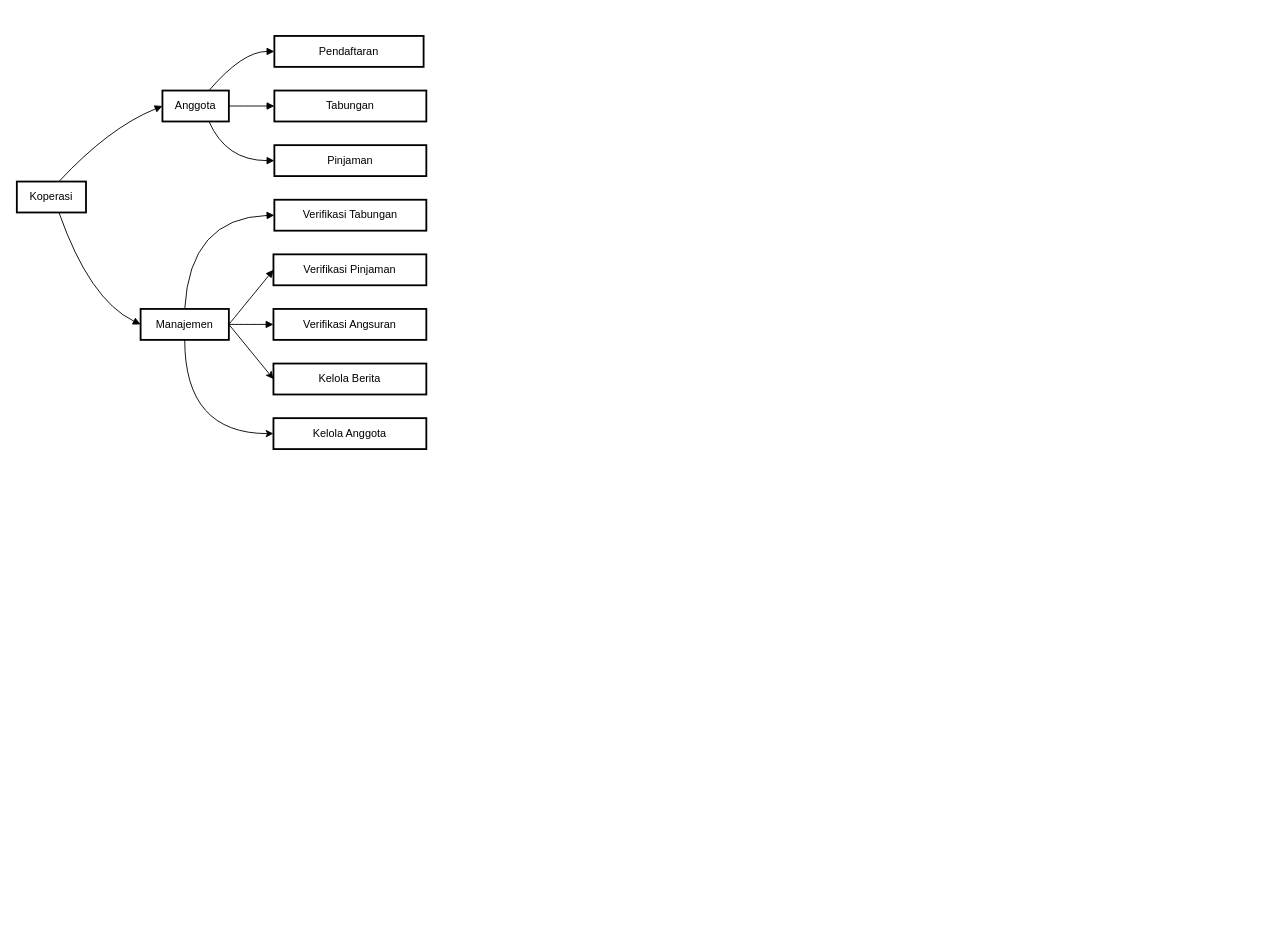
Above: Untitled Diagram.drawio in kusmadi/flowchart (draw.io), before the change. Source tidied: cells renumbered, new cells numbered last; positions are measured from the earlier drawing's top-left corner, leaving out a move shared by most shapes. Both pictures are drawn from the tidied source at 91%, with x=0, y=0 at pixel (16, 35).
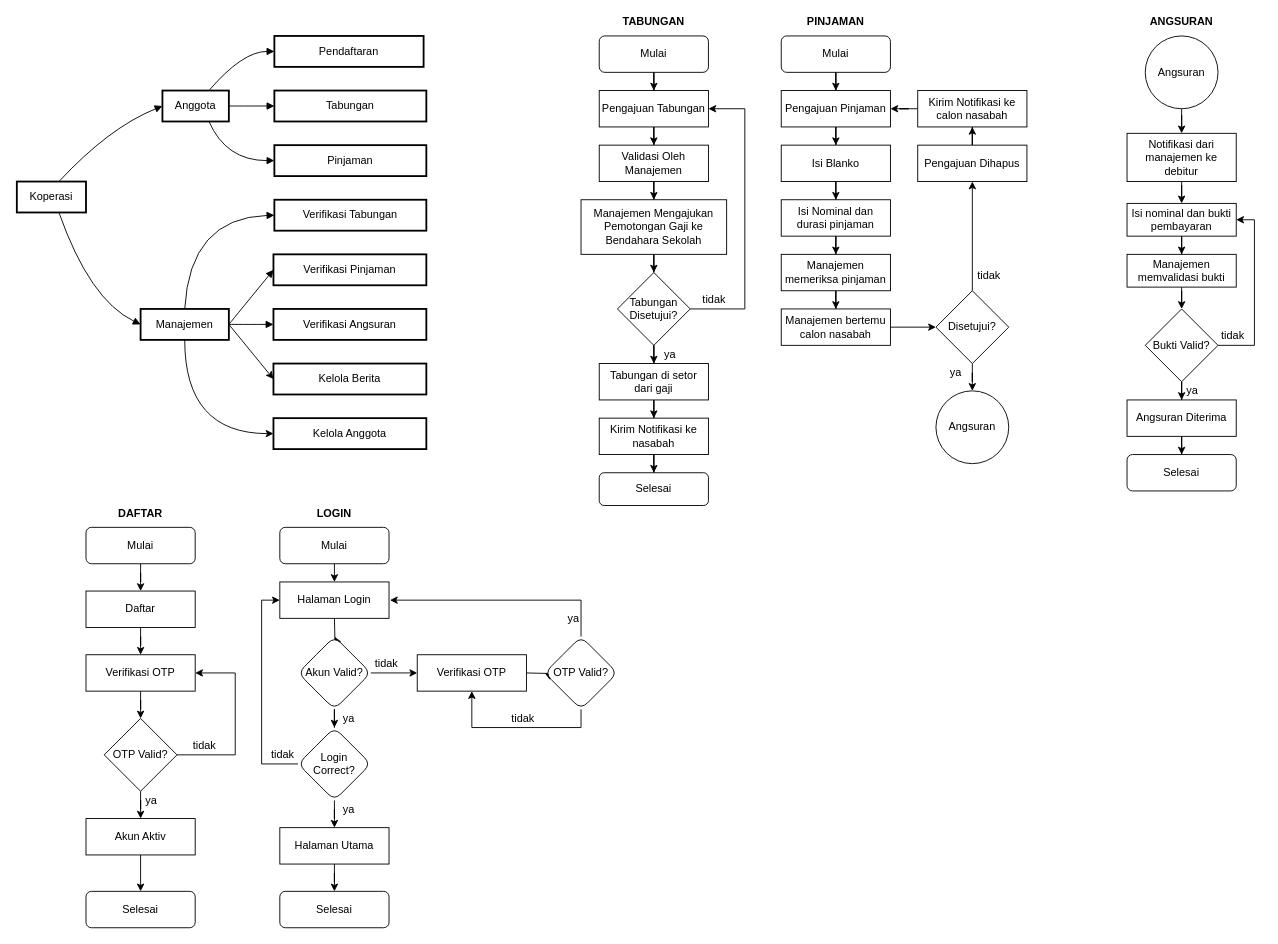
After the change.

Change to the diagram source:
```diff
@@
+    <mxCell id="23" style="edgeStyle=orthogonalEdgeStyle;rounded=0;jettySize=auto;html=1;" parent="1" edge="1" source="24" target="26">
+      <mxGeometry relative="1" as="geometry" />
+    </mxCell>
+    <mxCell id="24" value="Mulai" style="rounded=1;whiteSpace=wrap;html=1;" parent="1" vertex="1">
+      <mxGeometry x="76" y="540" width="120" height="40" as="geometry" />
+    </mxCell>
+    <mxCell id="25" style="edgeStyle=orthogonalEdgeStyle;rounded=0;jettySize=auto;html=1;" parent="1" edge="1" source="26" target="28">
+      <mxGeometry relative="1" as="geometry" />
+    </mxCell>
+    <mxCell id="26" value="Daftar" style="rounded=0;whiteSpace=wrap;html=1;" parent="1" vertex="1">
+      <mxGeometry x="76" y="610" width="120" height="40" as="geometry" />
+    </mxCell>
+    <mxCell id="27" style="edgeStyle=orthogonalEdgeStyle;rounded=0;jettySize=auto;html=1;" parent="1" edge="1" source="28" target="31">
+      <mxGeometry relative="1" as="geometry" />
+    </mxCell>
+    <mxCell id="28" value="Verifikasi OTP" style="rounded=0;whiteSpace=wrap;html=1;" parent="1" vertex="1">
+      <mxGeometry x="76" y="680" width="120" height="40" as="geometry" />
+    </mxCell>
+    <mxCell id="29" style="edgeStyle=orthogonalEdgeStyle;rounded=0;jettySize=auto;html=1;" parent="1" edge="1" source="31" target="33">
+      <mxGeometry relative="1" as="geometry" />
+    </mxCell>
+    <mxCell id="30" style="edgeStyle=orthogonalEdgeStyle;rounded=0;jettySize=auto;html=1;entryX=1;entryY=0.5;entryDx=0;entryDy=0;" parent="1" edge="1" source="31" target="28">
+      <mxGeometry relative="1" as="geometry">
+        <Array as="points">
+          <mxPoint x="240" y="790" />
+          <mxPoint x="240" y="700" />
+        </Array>
+      </mxGeometry>
+    </mxCell>
+    <mxCell id="31" value="OTP Valid?" style="rhombus;whiteSpace=wrap;html=1;rounded=0;" parent="1" vertex="1">
+      <mxGeometry x="96" y="750" width="80" height="80" as="geometry" />
+    </mxCell>
+    <mxCell id="32" style="edgeStyle=orthogonalEdgeStyle;rounded=0;jettySize=auto;html=1;" parent="1" edge="1" source="33" target="34">
+      <mxGeometry relative="1" as="geometry" />
+    </mxCell>
+    <mxCell id="33" value="Akun Aktiv" style="whiteSpace=wrap;html=1;rounded=0;" parent="1" vertex="1">
+      <mxGeometry x="76" y="860" width="120" height="40" as="geometry" />
+    </mxCell>
+    <mxCell id="34" value="Selesai" style="rounded=1;whiteSpace=wrap;html=1;" parent="1" vertex="1">
+      <mxGeometry x="76" y="940" width="120" height="40" as="geometry" />
+    </mxCell>
+    <mxCell id="35" value="tidak" style="text;html=1;strokeColor=none;fillColor=none;align=center;verticalAlign=middle;whiteSpace=wrap;rounded=0;" parent="1" vertex="1">
+      <mxGeometry x="180" y="770" width="53" height="20" as="geometry" />
+    </mxCell>
+    <mxCell id="36" value="ya" style="text;html=1;strokeColor=none;fillColor=none;align=center;verticalAlign=middle;whiteSpace=wrap;rounded=0;" parent="1" vertex="1">
+      <mxGeometry x="136" y="830" width="24" height="20" as="geometry" />
+    </mxCell>
+    <mxCell id="37" style="edgeStyle=orthogonalEdgeStyle;rounded=0;jettySize=auto;html=1;" parent="1" edge="1" source="38">
+      <mxGeometry relative="1" as="geometry">
+        <mxPoint x="349" y="600" as="targetPoint" />
+      </mxGeometry>
+    </mxCell>
+    <mxCell id="38" value="Mulai" style="rounded=1;whiteSpace=wrap;html=1;" parent="1" vertex="1">
+      <mxGeometry x="289" y="540" width="120" height="40" as="geometry" />
+    </mxCell>
+    <mxCell id="39" value="DAFTAR" style="text;html=1;strokeColor=none;fillColor=none;align=center;verticalAlign=middle;whiteSpace=wrap;rounded=0;fontStyle=1;" parent="1" vertex="1">
+      <mxGeometry x="79" y="510" width="114" height="30" as="geometry" />
+    </mxCell>
+    <mxCell id="40" value="LOGIN" style="text;html=1;strokeColor=none;fillColor=none;align=center;verticalAlign=middle;whiteSpace=wrap;rounded=0;fontStyle=1;" parent="1" vertex="1">
+      <mxGeometry x="294" y="510" width="110" height="30" as="geometry" />
+    </mxCell>
+    <mxCell id="41" style="edgeStyle=orthogonalEdgeStyle;rounded=0;jettySize=auto;html=1;" parent="1" edge="1" target="44">
+      <mxGeometry relative="1" as="geometry">
+        <mxPoint x="349" y="640" as="sourcePoint" />
+      </mxGeometry>
+    </mxCell>
+    <mxCell id="42" style="edgeStyle=orthogonalEdgeStyle;rounded=0;jettySize=auto;html=1;" parent="1" edge="1" source="44" target="47">
+      <mxGeometry relative="1" as="geometry" />
+    </mxCell>
+    <mxCell id="43" style="edgeStyle=orthogonalEdgeStyle;rounded=0;jettySize=auto;html=1;" parent="1" edge="1" source="44">
+      <mxGeometry relative="1" as="geometry">
+        <mxPoint x="440" y="700" as="targetPoint" />
+      </mxGeometry>
+    </mxCell>
+    <mxCell id="44" value="Akun Valid?" style="rhombus;whiteSpace=wrap;html=1;rounded=1;" parent="1" vertex="1">
+      <mxGeometry x="309" y="660" width="80" height="80" as="geometry" />
+    </mxCell>
+    <mxCell id="45" style="edgeStyle=orthogonalEdgeStyle;rounded=0;jettySize=auto;html=1;" parent="1" edge="1" source="47" target="59">
+      <mxGeometry relative="1" as="geometry" />
+    </mxCell>
+    <mxCell id="46" style="edgeStyle=orthogonalEdgeStyle;rounded=0;jettySize=auto;html=1;entryX=0;entryY=0.5;entryDx=0;entryDy=0;exitX=0;exitY=0.5;exitDx=0;exitDy=0;" parent="1" edge="1" source="47" target="56">
+      <mxGeometry relative="1" as="geometry" />
+    </mxCell>
+    <mxCell id="47" value="Login Correct?" style="rhombus;whiteSpace=wrap;html=1;rounded=1;" parent="1" vertex="1">
+      <mxGeometry x="309" y="760" width="80" height="80" as="geometry" />
+    </mxCell>
+    <mxCell id="48" style="edgeStyle=orthogonalEdgeStyle;rounded=0;jettySize=auto;html=1;" parent="1" edge="1" target="51">
+      <mxGeometry relative="1" as="geometry">
+        <mxPoint x="560" y="700" as="sourcePoint" />
+      </mxGeometry>
+    </mxCell>
+    <mxCell id="49" style="edgeStyle=orthogonalEdgeStyle;rounded=0;jettySize=auto;html=1;" parent="1" edge="1" source="51">
+      <mxGeometry relative="1" as="geometry">
+        <mxPoint x="410" y="620" as="targetPoint" />
+        <Array as="points">
+          <mxPoint x="620" y="620" />
+        </Array>
+      </mxGeometry>
+    </mxCell>
+    <mxCell id="50" style="edgeStyle=orthogonalEdgeStyle;rounded=0;jettySize=auto;html=1;entryX=0.5;entryY=1;entryDx=0;entryDy=0;" parent="1" edge="1" source="51">
+      <mxGeometry relative="1" as="geometry">
+        <mxPoint x="500" y="720" as="targetPoint" />
+        <Array as="points">
+          <mxPoint x="620" y="760" />
+          <mxPoint x="500" y="760" />
+        </Array>
+      </mxGeometry>
+    </mxCell>
+    <mxCell id="51" value="OTP Valid?" style="rhombus;whiteSpace=wrap;html=1;rounded=1;" parent="1" vertex="1">
+      <mxGeometry x="580" y="660" width="80" height="80" as="geometry" />
+    </mxCell>
+    <mxCell id="52" value="tidak" style="text;html=1;strokeColor=none;fillColor=none;align=center;verticalAlign=middle;whiteSpace=wrap;rounded=0;" parent="1" vertex="1">
+      <mxGeometry x="530" y="740" width="53" height="20" as="geometry" />
+    </mxCell>
+    <mxCell id="53" value="tidak" style="text;html=1;strokeColor=none;fillColor=none;align=center;verticalAlign=middle;whiteSpace=wrap;rounded=0;" parent="1" vertex="1">
+      <mxGeometry x="380" y="680" width="53" height="20" as="geometry" />
+    </mxCell>
+    <mxCell id="54" value="ya" style="text;html=1;strokeColor=none;fillColor=none;align=center;verticalAlign=middle;whiteSpace=wrap;rounded=0;" parent="1" vertex="1">
+      <mxGeometry x="600" y="630" width="24" height="20" as="geometry" />
+    </mxCell>
+    <mxCell id="55" value="ya" style="text;html=1;strokeColor=none;fillColor=none;align=center;verticalAlign=middle;whiteSpace=wrap;rounded=0;" parent="1" vertex="1">
+      <mxGeometry x="353" y="740" width="24" height="20" as="geometry" />
+    </mxCell>
+    <mxCell id="56" value="Halaman Login" style="rounded=0;whiteSpace=wrap;html=1;" parent="1" vertex="1">
+      <mxGeometry x="289" y="600" width="120" height="40" as="geometry" />
+    </mxCell>
+    <mxCell id="57" value="Verifikasi OTP" style="rounded=0;whiteSpace=wrap;html=1;" parent="1" vertex="1">
+      <mxGeometry x="440" y="680" width="120" height="40" as="geometry" />
+    </mxCell>
+    <mxCell id="58" style="edgeStyle=orthogonalEdgeStyle;rounded=0;jettySize=auto;html=1;" parent="1" edge="1" source="59" target="62">
+      <mxGeometry relative="1" as="geometry" />
+    </mxCell>
+    <mxCell id="59" value="Halaman Utama" style="rounded=0;whiteSpace=wrap;html=1;" parent="1" vertex="1">
+      <mxGeometry x="289" y="870" width="120" height="40" as="geometry" />
+    </mxCell>
+    <mxCell id="60" value="ya" style="text;html=1;strokeColor=none;fillColor=none;align=center;verticalAlign=middle;whiteSpace=wrap;rounded=0;" parent="1" vertex="1">
+      <mxGeometry x="353" y="840" width="24" height="20" as="geometry" />
+    </mxCell>
+    <mxCell id="61" value="tidak" style="text;html=1;strokeColor=none;fillColor=none;align=center;verticalAlign=middle;whiteSpace=wrap;rounded=0;" parent="1" vertex="1">
+      <mxGeometry x="276" y="780" width="33" height="20" as="geometry" />
+    </mxCell>
+    <mxCell id="62" value="Selesai" style="rounded=1;whiteSpace=wrap;html=1;" parent="1" vertex="1">
+      <mxGeometry x="289" y="940" width="120" height="40" as="geometry" />
+    </mxCell>
+    <mxCell id="63" style="edgeStyle=orthogonalEdgeStyle;rounded=0;jettySize=auto;html=1;entryX=0.5;entryY=0;entryDx=0;entryDy=0;" parent="1" edge="1" source="64" target="67">
+      <mxGeometry relative="1" as="geometry" />
+    </mxCell>
+    <mxCell id="64" value="Mulai" style="rounded=1;whiteSpace=wrap;html=1;" parent="1" vertex="1">
+      <mxGeometry x="640" width="120" height="40" as="geometry" />
+    </mxCell>
+    <mxCell id="65" value="&lt;b&gt;TABUNGAN&lt;/b&gt;" style="text;html=1;strokeColor=none;fillColor=none;align=center;verticalAlign=middle;whiteSpace=wrap;rounded=0;" parent="1" vertex="1">
+      <mxGeometry x="670" y="-20" width="60" height="10" as="geometry" />
+    </mxCell>
+    <mxCell id="66" style="edgeStyle=orthogonalEdgeStyle;rounded=0;jettySize=auto;html=1;" parent="1" edge="1" source="67" target="69">
+      <mxGeometry relative="1" as="geometry" />
+    </mxCell>
+    <mxCell id="67" value="Pengajuan Tabungan" style="rounded=0;whiteSpace=wrap;html=1;" parent="1" vertex="1">
+      <mxGeometry x="640" y="60" width="120" height="40" as="geometry" />
+    </mxCell>
+    <mxCell id="68" style="edgeStyle=orthogonalEdgeStyle;rounded=0;jettySize=auto;html=1;" parent="1" edge="1" source="69" target="71">
+      <mxGeometry relative="1" as="geometry" />
+    </mxCell>
+    <mxCell id="69" value="Validasi Oleh&lt;br&gt;Manajemen" style="rounded=0;whiteSpace=wrap;html=1;" parent="1" vertex="1">
+      <mxGeometry x="640" y="120" width="120" height="40" as="geometry" />
+    </mxCell>
+    <mxCell id="70" style="edgeStyle=orthogonalEdgeStyle;rounded=0;jettySize=auto;html=1;" parent="1" edge="1" source="71" target="74">
+      <mxGeometry relative="1" as="geometry" />
+    </mxCell>
+    <mxCell id="71" value="Manajemen Mengajukan Pemotongan Gaji ke Bendahara Sekolah" style="rounded=0;whiteSpace=wrap;html=1;" parent="1" vertex="1">
+      <mxGeometry x="620" y="180" width="160" height="60" as="geometry" />
+    </mxCell>
+    <mxCell id="72" style="edgeStyle=orthogonalEdgeStyle;rounded=0;jettySize=auto;html=1;entryX=1;entryY=0.5;entryDx=0;entryDy=0;" parent="1" edge="1" source="74" target="67">
+      <mxGeometry relative="1" as="geometry">
+        <Array as="points">
+          <mxPoint x="800" y="300" />
+          <mxPoint x="800" y="80" />
+        </Array>
+      </mxGeometry>
+    </mxCell>
+    <mxCell id="73" style="edgeStyle=orthogonalEdgeStyle;rounded=0;jettySize=auto;html=1;" parent="1" edge="1" source="74" target="76">
+      <mxGeometry relative="1" as="geometry" />
+    </mxCell>
+    <mxCell id="74" value="Tabungan Disetujui?" style="rhombus;whiteSpace=wrap;html=1;rounded=0;" parent="1" vertex="1">
+      <mxGeometry x="660" y="260" width="80" height="80" as="geometry" />
+    </mxCell>
+    <mxCell id="75" style="edgeStyle=orthogonalEdgeStyle;rounded=0;jettySize=auto;html=1;" parent="1" edge="1" source="76" target="103">
+      <mxGeometry relative="1" as="geometry" />
+    </mxCell>
+    <mxCell id="76" value="Tabungan di setor dari gaji" style="whiteSpace=wrap;html=1;rounded=0;" parent="1" vertex="1">
+      <mxGeometry x="640" y="360" width="120" height="40" as="geometry" />
+    </mxCell>
+    <mxCell id="77" value="tidak" style="text;html=1;strokeColor=none;fillColor=none;align=center;verticalAlign=middle;whiteSpace=wrap;rounded=0;" parent="1" vertex="1">
+      <mxGeometry x="740" y="280" width="53" height="20" as="geometry" />
+    </mxCell>
+    <mxCell id="78" value="ya" style="text;html=1;strokeColor=none;fillColor=none;align=center;verticalAlign=middle;whiteSpace=wrap;rounded=0;" parent="1" vertex="1">
+      <mxGeometry x="706" y="340" width="24" height="20" as="geometry" />
+    </mxCell>
+    <mxCell id="79" value="&lt;b&gt;PINJAMAN&lt;/b&gt;" style="text;html=1;strokeColor=none;fillColor=none;align=center;verticalAlign=middle;whiteSpace=wrap;rounded=0;" parent="1" vertex="1">
+      <mxGeometry x="870" y="-20" width="60" height="10" as="geometry" />
+    </mxCell>
+    <mxCell id="80" style="edgeStyle=orthogonalEdgeStyle;rounded=0;jettySize=auto;html=1;" parent="1" edge="1" source="81" target="83">
+      <mxGeometry relative="1" as="geometry" />
+    </mxCell>
+    <mxCell id="81" value="Mulai" style="rounded=1;whiteSpace=wrap;html=1;" parent="1" vertex="1">
+      <mxGeometry x="840" width="120" height="40" as="geometry" />
+    </mxCell>
+    <mxCell id="82" style="edgeStyle=orthogonalEdgeStyle;rounded=0;jettySize=auto;html=1;" parent="1" edge="1" source="83" target="85">
+      <mxGeometry relative="1" as="geometry" />
+    </mxCell>
+    <mxCell id="83" value="Pengajuan Pinjaman" style="rounded=0;whiteSpace=wrap;html=1;" parent="1" vertex="1">
+      <mxGeometry x="840" y="60" width="120" height="40" as="geometry" />
+    </mxCell>
+    <mxCell id="84" style="edgeStyle=orthogonalEdgeStyle;rounded=0;jettySize=auto;html=1;" parent="1" edge="1" source="85" target="87">
+      <mxGeometry relative="1" as="geometry" />
+    </mxCell>
+    <mxCell id="85" value="Isi Blanko" style="rounded=0;whiteSpace=wrap;html=1;" parent="1" vertex="1">
+      <mxGeometry x="840" y="120" width="120" height="40" as="geometry" />
+    </mxCell>
+    <mxCell id="86" style="edgeStyle=orthogonalEdgeStyle;rounded=0;jettySize=auto;html=1;" parent="1" edge="1" source="87" target="89">
+      <mxGeometry relative="1" as="geometry" />
+    </mxCell>
+    <mxCell id="87" value="Isi Nominal dan durasi pinjaman" style="rounded=0;whiteSpace=wrap;html=1;" parent="1" vertex="1">
+      <mxGeometry x="840" y="180" width="120" height="40" as="geometry" />
+    </mxCell>
+    <mxCell id="88" style="edgeStyle=orthogonalEdgeStyle;rounded=0;jettySize=auto;html=1;" parent="1" edge="1" source="89" target="98">
+      <mxGeometry relative="1" as="geometry" />
+    </mxCell>
+    <mxCell id="89" value="Manajemen memeriksa pinjaman" style="rounded=0;whiteSpace=wrap;html=1;" parent="1" vertex="1">
+      <mxGeometry x="840" y="240" width="120" height="40" as="geometry" />
+    </mxCell>
+    <mxCell id="90" style="edgeStyle=orthogonalEdgeStyle;rounded=0;jettySize=auto;html=1;exitX=0.5;exitY=1;exitDx=0;exitDy=0;" parent="1" edge="1" source="97" target="92">
+      <mxGeometry relative="1" as="geometry" />
+    </mxCell>
+    <mxCell id="91" style="edgeStyle=orthogonalEdgeStyle;rounded=0;jettySize=auto;html=1;entryX=0;entryY=0.5;entryDx=0;entryDy=0;exitX=1;exitY=0.5;exitDx=0;exitDy=0;" parent="1" edge="1" source="98" target="97">
+      <mxGeometry relative="1" as="geometry" />
+    </mxCell>
+    <mxCell id="92" value="Angsuran" style="ellipse;whiteSpace=wrap;html=1;" parent="1" vertex="1">
+      <mxGeometry x="1010" y="390" width="80" height="80" as="geometry" />
+    </mxCell>
+    <mxCell id="93" value="ya" style="text;html=1;strokeColor=none;fillColor=none;align=center;verticalAlign=middle;whiteSpace=wrap;rounded=0;" parent="1" vertex="1">
+      <mxGeometry x="1020" y="360" width="24" height="20" as="geometry" />
+    </mxCell>
+    <mxCell id="94" style="edgeStyle=orthogonalEdgeStyle;rounded=0;jettySize=auto;html=1;" parent="1" edge="1" source="95" target="101">
+      <mxGeometry relative="1" as="geometry" />
+    </mxCell>
+    <mxCell id="95" value="Pengajuan Dihapus" style="whiteSpace=wrap;html=1;rounded=0;" parent="1" vertex="1">
+      <mxGeometry x="990" y="120" width="120" height="40" as="geometry" />
+    </mxCell>
+    <mxCell id="96" style="edgeStyle=orthogonalEdgeStyle;rounded=0;jettySize=auto;html=1;" parent="1" edge="1" source="97" target="95">
+      <mxGeometry relative="1" as="geometry" />
+    </mxCell>
+    <mxCell id="97" value="Disetujui?" style="rhombus;whiteSpace=wrap;html=1;rounded=0;" parent="1" vertex="1">
+      <mxGeometry x="1010" y="280" width="80" height="80" as="geometry" />
+    </mxCell>
+    <mxCell id="98" value="Manajemen bertemu calon nasabah" style="whiteSpace=wrap;html=1;rounded=0;" parent="1" vertex="1">
+      <mxGeometry x="840" y="300" width="120" height="40" as="geometry" />
+    </mxCell>
+    <mxCell id="99" value="tidak" style="text;html=1;strokeColor=none;fillColor=none;align=center;verticalAlign=middle;whiteSpace=wrap;rounded=0;" parent="1" vertex="1">
+      <mxGeometry x="1042" y="254" width="53" height="20" as="geometry" />
+    </mxCell>
+    <mxCell id="100" style="edgeStyle=orthogonalEdgeStyle;rounded=0;jettySize=auto;html=1;" parent="1" edge="1" source="101" target="83">
+      <mxGeometry relative="1" as="geometry" />
+    </mxCell>
+    <mxCell id="101" value="Kirim Notifikasi ke calon nasabah" style="whiteSpace=wrap;html=1;rounded=0;" parent="1" vertex="1">
+      <mxGeometry x="990" y="60" width="120" height="40" as="geometry" />
+    </mxCell>
+    <mxCell id="102" style="edgeStyle=orthogonalEdgeStyle;rounded=0;jettySize=auto;html=1;" parent="1" edge="1" source="103" target="104">
+      <mxGeometry relative="1" as="geometry" />
+    </mxCell>
+    <mxCell id="103" value="Kirim Notifikasi ke nasabah" style="whiteSpace=wrap;html=1;rounded=0;" parent="1" vertex="1">
+      <mxGeometry x="640" y="420" width="120" height="40" as="geometry" />
+    </mxCell>
+    <mxCell id="104" value="Selesai" style="rounded=1;whiteSpace=wrap;html=1;" parent="1" vertex="1">
+      <mxGeometry x="640" y="480" width="120" height="36" as="geometry" />
+    </mxCell>
+    <mxCell id="105" style="edgeStyle=orthogonalEdgeStyle;rounded=0;jettySize=auto;html=1;" parent="1" edge="1" source="106" target="109">
+      <mxGeometry relative="1" as="geometry" />
+    </mxCell>
+    <mxCell id="106" value="Angsuran" style="ellipse;whiteSpace=wrap;html=1;" parent="1" vertex="1">
+      <mxGeometry x="1240" width="80" height="80" as="geometry" />
+    </mxCell>
+    <mxCell id="107" value="&lt;b&gt;ANGSURAN&lt;/b&gt;" style="text;html=1;strokeColor=none;fillColor=none;align=center;verticalAlign=middle;whiteSpace=wrap;rounded=0;" parent="1" vertex="1">
+      <mxGeometry x="1250" y="-20" width="60" height="10" as="geometry" />
+    </mxCell>
+    <mxCell id="108" style="edgeStyle=orthogonalEdgeStyle;rounded=0;jettySize=auto;html=1;" parent="1" edge="1" source="109" target="111">
+      <mxGeometry relative="1" as="geometry" />
+    </mxCell>
+    <mxCell id="109" value="Notifikasi dari manajemen ke debitur" style="rounded=0;whiteSpace=wrap;html=1;" parent="1" vertex="1">
+      <mxGeometry x="1220" y="107" width="120" height="53" as="geometry" />
+    </mxCell>
+    <mxCell id="110" style="edgeStyle=orthogonalEdgeStyle;rounded=0;jettySize=auto;html=1;" parent="1" edge="1" source="111" target="113">
+      <mxGeometry relative="1" as="geometry" />
+    </mxCell>
+    <mxCell id="111" value="Isi nominal dan bukti pembayaran" style="rounded=0;whiteSpace=wrap;html=1;" parent="1" vertex="1">
+      <mxGeometry x="1220" y="184" width="120" height="36" as="geometry" />
+    </mxCell>
+    <mxCell id="112" style="edgeStyle=orthogonalEdgeStyle;rounded=0;jettySize=auto;html=1;" parent="1" edge="1" source="113" target="116">
+      <mxGeometry relative="1" as="geometry" />
+    </mxCell>
+    <mxCell id="113" value="Manajemen memvalidasi bukti" style="rounded=0;whiteSpace=wrap;html=1;" parent="1" vertex="1">
+      <mxGeometry x="1220" y="240" width="120" height="36" as="geometry" />
+    </mxCell>
+    <mxCell id="114" style="edgeStyle=orthogonalEdgeStyle;rounded=0;jettySize=auto;html=1;" parent="1" edge="1" source="116" target="118">
+      <mxGeometry relative="1" as="geometry" />
+    </mxCell>
+    <mxCell id="115" style="edgeStyle=orthogonalEdgeStyle;rounded=0;jettySize=auto;html=1;entryX=1;entryY=0.5;entryDx=0;entryDy=0;" parent="1" edge="1" source="116" target="111">
+      <mxGeometry relative="1" as="geometry">
+        <Array as="points">
+          <mxPoint x="1360" y="340" />
+          <mxPoint x="1360" y="202" />
+        </Array>
+      </mxGeometry>
+    </mxCell>
+    <mxCell id="116" value="Bukti Valid?" style="rhombus;whiteSpace=wrap;html=1;rounded=0;" parent="1" vertex="1">
+      <mxGeometry x="1240" y="300" width="80" height="80" as="geometry" />
+    </mxCell>
+    <mxCell id="117" style="edgeStyle=orthogonalEdgeStyle;rounded=0;jettySize=auto;html=1;" parent="1" edge="1" source="118" target="119">
+      <mxGeometry relative="1" as="geometry" />
+    </mxCell>
+    <mxCell id="118" value="Angsuran Diterima" style="whiteSpace=wrap;html=1;rounded=0;" parent="1" vertex="1">
+      <mxGeometry x="1220" y="400" width="120" height="40" as="geometry" />
+    </mxCell>
+    <mxCell id="119" value="Selesai" style="rounded=1;whiteSpace=wrap;html=1;" parent="1" vertex="1">
+      <mxGeometry x="1220" y="460" width="120" height="40" as="geometry" />
+    </mxCell>
+    <mxCell id="120" value="tidak" style="text;html=1;strokeColor=none;fillColor=none;align=center;verticalAlign=middle;whiteSpace=wrap;rounded=0;" parent="1" vertex="1">
+      <mxGeometry x="1310" y="320" width="53" height="20" as="geometry" />
+    </mxCell>
+    <mxCell id="121" value="ya" style="text;html=1;strokeColor=none;fillColor=none;align=center;verticalAlign=middle;whiteSpace=wrap;rounded=0;" parent="1" vertex="1">
+      <mxGeometry x="1280" y="380" width="24" height="20" as="geometry" />
+    </mxCell>
```
